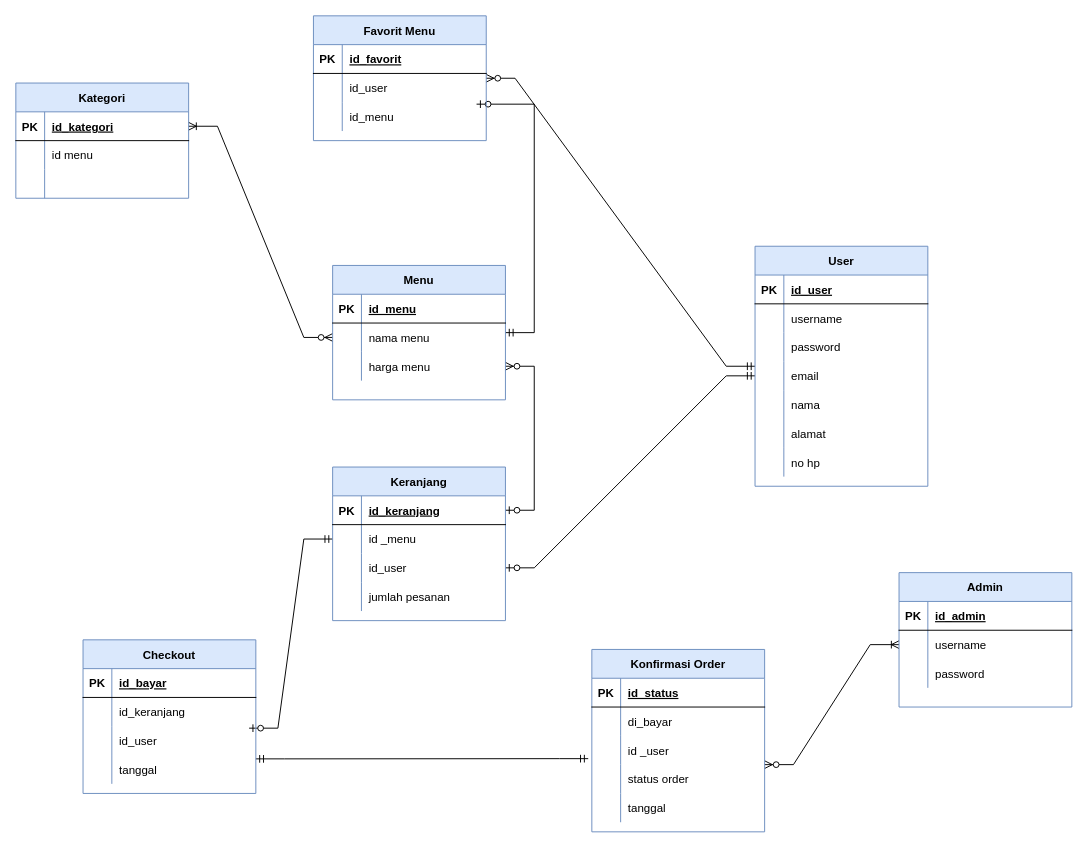
Before: pertemuan3/Diagram OBurger.drawio in romijatmiko/IF214002, a draw.io diagram. Source tidied: cells renumbered, new cells numbered last; positions are measured from the earlier drawing's top-left corner, leaving out a move shared by most shapes. Both pictures are drawn from the tidied source at 96%, with x=0, y=0 at pixel (15, 15).
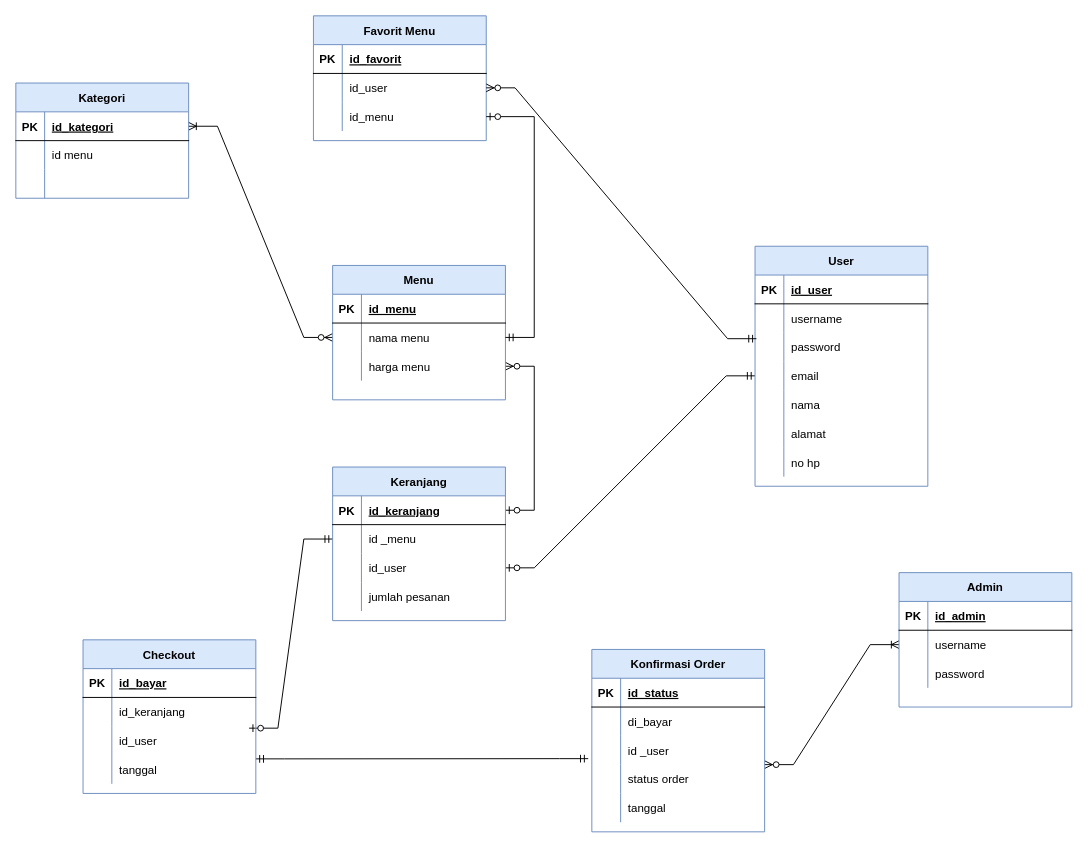
After the change.

Unchanged cells that the change refers to:
```xml
<mxCell id="20" value="Favorit Menu" style="shape=table;startSize=30;childLayout=tableLayout;rowLines=0;fontStyle=1;align=center;fillColor=#dae8fc;strokeColor=#6c8ebf;" parent="1" vertex="1">
  <mxGeometry x="310" width="180" height="130" as="geometry" />
</mxCell>
<mxCell id="24" style="shape=tableRow;horizontal=0;startSize=0;swimlaneHead=0;swimlaneBody=0;fillColor=none;points=[[0,0.5],[1,0.5]];portConstraint=eastwest;top=0;left=0;right=0;bottom=0;" parent="20" vertex="1">
  <mxGeometry y="60" width="180" height="30" as="geometry" />
</mxCell>
<mxCell id="27" style="shape=tableRow;horizontal=0;startSize=0;swimlaneHead=0;swimlaneBody=0;fillColor=none;points=[[0,0.5],[1,0.5]];portConstraint=eastwest;top=0;left=0;right=0;bottom=0;" parent="20" vertex="1">
  <mxGeometry y="90" width="180" height="30" as="geometry" />
</mxCell>
<mxCell id="30" value="User" style="shape=table;startSize=30;childLayout=tableLayout;rowLines=0;fontStyle=1;align=center;fillColor=#dae8fc;strokeColor=#6c8ebf;" parent="1" vertex="1">
  <mxGeometry x="770" y="240" width="180" height="250" as="geometry" />
</mxCell>
<mxCell id="37" style="shape=tableRow;horizontal=0;startSize=0;swimlaneHead=0;swimlaneBody=0;fillColor=none;points=[[0,0.5],[1,0.5]];portConstraint=eastwest;top=0;left=0;right=0;bottom=0;" parent="30" vertex="1">
  <mxGeometry y="90" width="180" height="30" as="geometry" />
</mxCell>
<mxCell id="52" value="Menu" style="shape=table;startSize=30;childLayout=tableLayout;rowLines=0;fontStyle=1;align=center;fillColor=#dae8fc;strokeColor=#6c8ebf;" parent="1" vertex="1">
  <mxGeometry x="330" y="260" width="180" height="140" as="geometry" />
</mxCell>
<mxCell id="56" style="shape=tableRow;horizontal=0;startSize=0;swimlaneHead=0;swimlaneBody=0;fillColor=none;points=[[0,0.5],[1,0.5]];portConstraint=eastwest;top=0;left=0;right=0;bottom=0;" parent="52" vertex="1">
  <mxGeometry y="60" width="180" height="30" as="geometry" />
</mxCell>
```

What changed in the source:
```diff
@@
-    <mxCell id="2" style="edgeStyle=entityRelationEdgeStyle;fontSize=12;html=1;endArrow=ERzeroToMany;startArrow=ERmandOne;rounded=0;" parent="1" edge="1" source="30" target="20">
-      <mxGeometry relative="1" as="geometry" />
-    </mxCell>
@@
-    <mxCell id="6" style="edgeStyle=entityRelationEdgeStyle;fontSize=12;html=1;endArrow=ERzeroToOne;startArrow=ERmandOne;rounded=0;entryX=0.944;entryY=0.067;entryDx=0;entryDy=0;entryPerimeter=0;" parent="1" edge="1" source="52" target="27">
-      <mxGeometry relative="1" as="geometry" />
-    </mxCell>
@@
+    <mxCell id="114" style="edgeStyle=entityRelationEdgeStyle;fontSize=12;html=1;endArrow=ERzeroToMany;startArrow=ERmandOne;rounded=0;exitX=0.008;exitY=0.21;exitDx=0;exitDy=0;exitPerimeter=0;entryX=1;entryY=0.5;entryDx=0;entryDy=0;" parent="1" edge="1" source="37" target="24">
+      <mxGeometry relative="1" as="geometry" />
+    </mxCell>
+    <mxCell id="115" style="edgeStyle=entityRelationEdgeStyle;fontSize=12;html=1;endArrow=ERzeroToOne;startArrow=ERmandOne;rounded=0;entryX=1;entryY=0.5;entryDx=0;entryDy=0;" parent="1" edge="1" source="56" target="27">
+      <mxGeometry relative="1" as="geometry" />
+    </mxCell>
```
